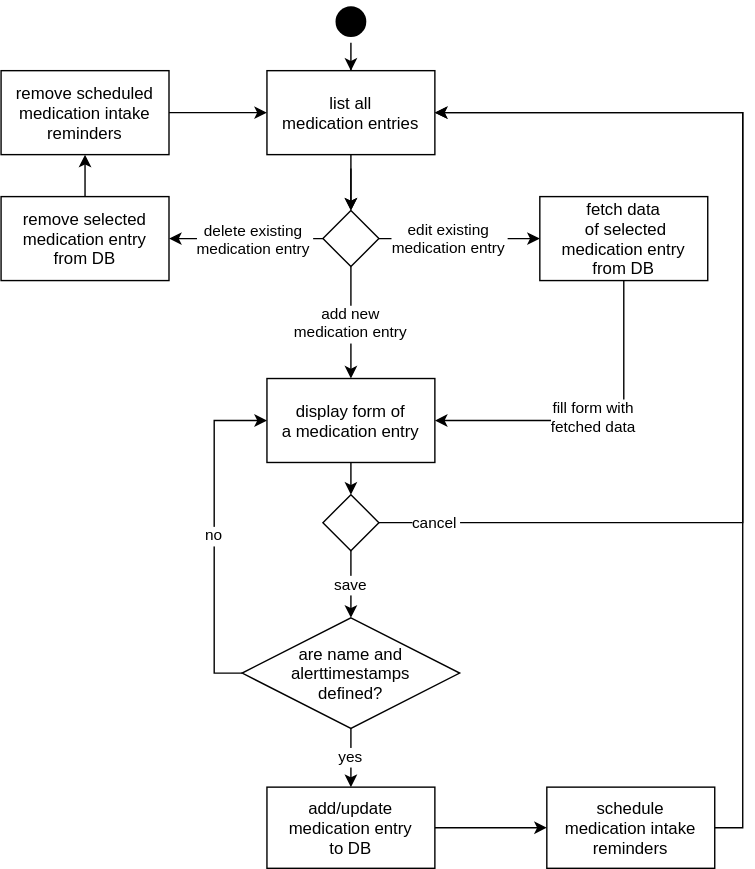
eco3/Medify keeps this draw.io diagram as doc/images/activity_diagram.svg. Above is the earlier version. Source tidied: cells renumbered, new cells last; positions are measured from the earlier drawing's top-left corner, leaving out a move shared by most shapes.
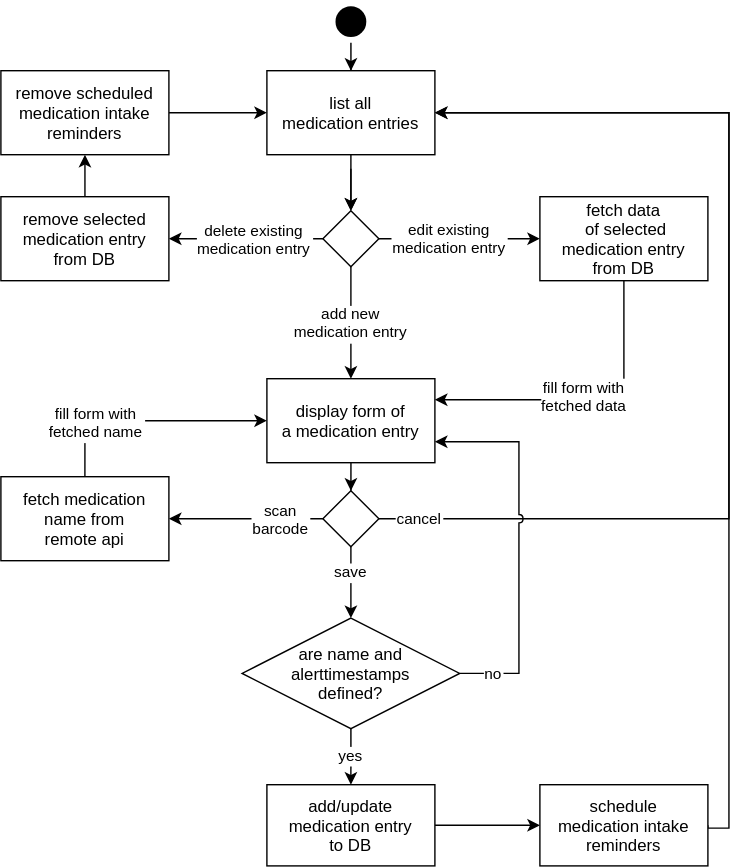
Above is the later version.

Diff of the diagram source:
```diff
@@ -2,7 +2,7 @@
   <root>
     <mxCell id="0" />
     <mxCell id="1" parent="0" />
-    <mxCell id="2" style="edgeStyle=orthogonalEdgeStyle;rounded=0;jettySize=auto;" parent="1" edge="1" source="3" target="11">
+    <mxCell id="2" style="edgeStyle=orthogonalEdgeStyle;rounded=0;jettySize=auto;exitX=0.5;exitY=1;exitDx=0;exitDy=0;" parent="1" edge="1" source="3" target="11">
       <mxGeometry relative="1" as="geometry" />
     </mxCell>
     <mxCell id="3" style="ellipse;shape=startState;fillColor=#000000;strokeColor=none;" parent="1" vertex="1">
@@ -36,7 +36,7 @@
     <mxCell id="11" value="list all&#10;medication entries" style="rounded=0;fillColor=default;labelBackgroundColor=none;fontColor=default;" parent="1" vertex="1">
       <mxGeometry x="190" y="50" width="120" height="60" as="geometry" />
     </mxCell>
-    <mxCell id="12" style="edgeStyle=orthogonalEdgeStyle;rounded=0;jettySize=auto;exitX=0.5;exitY=1;exitDx=0;exitDy=0;entryX=1;entryY=0.5;entryDx=0;entryDy=0;" parent="1" edge="1" source="14" target="16">
+    <mxCell id="12" style="edgeStyle=orthogonalEdgeStyle;rounded=0;jettySize=auto;exitX=0.5;exitY=1;exitDx=0;exitDy=0;entryX=1;entryY=0.25;entryDx=0;entryDy=0;" parent="1" edge="1" source="14" target="16">
       <mxGeometry relative="1" as="geometry" />
     </mxCell>
     <mxCell id="13" value="fill form with&#10;fetched data" style="edgeLabel;align=center;verticalAlign=middle;" parent="12" vertex="1">
@@ -52,38 +52,52 @@
       <mxGeometry x="190" y="270" width="120" height="60" as="geometry" />
     </mxCell>
     <mxCell id="17" value="save" style="edgeStyle=orthogonalEdgeStyle;rounded=0;jettySize=auto;" parent="1" edge="1" source="19" target="26">
-      <mxGeometry relative="1" as="geometry" />
+      <mxGeometry x="-0.29" relative="1" as="geometry" />
     </mxCell>
     <mxCell id="18" value="cancel" style="edgeStyle=orthogonalEdgeStyle;rounded=0;jettySize=auto;exitX=1;exitY=0.5;exitDx=0;exitDy=0;entryX=1;entryY=0.5;entryDx=0;entryDy=0;spacing=10;" parent="1" edge="1" source="19" target="11">
-      <mxGeometry x="-0.9" relative="1" as="geometry">
+      <mxGeometry x="-0.92" relative="1" as="geometry">
         <Array as="points">
-          <mxPoint x="530" y="373" />
-          <mxPoint x="530" y="80" />
+          <mxPoint x="520" y="370" />
+          <mxPoint x="520" y="80" />
         </Array>
       </mxGeometry>
     </mxCell>
+    <mxCell id="31" style="edgeStyle=orthogonalEdgeStyle;rounded=0;jettySize=auto;exitX=0;exitY=0.5;exitDx=0;exitDy=0;entryX=1;entryY=0.5;entryDx=0;entryDy=0;" parent="1" edge="1" source="19" target="35">
+      <mxGeometry relative="1" as="geometry" />
+    </mxCell>
+    <mxCell id="32" value="scan&#10;barcode" style="edgeLabel;align=center;verticalAlign=middle;" parent="31" vertex="1">
+      <mxGeometry x="-0.25" y="-1" relative="1" as="geometry">
+        <mxPoint x="11" y="1" as="offset" />
+      </mxGeometry>
+    </mxCell>
     <mxCell id="19" style="rhombus;" parent="1" vertex="1">
-      <mxGeometry x="230" y="353" width="40" height="40" as="geometry" />
+      <mxGeometry x="230" y="350" width="40" height="40" as="geometry" />
     </mxCell>
     <mxCell id="20" style="edgeStyle=orthogonalEdgeStyle;rounded=0;jettySize=auto;" parent="1" edge="1" source="21" target="23">
       <mxGeometry relative="1" as="geometry" />
     </mxCell>
     <mxCell id="21" value="add/update&#10;medication entry&#10;to DB" parent="1" vertex="1">
-      <mxGeometry x="190" y="562" width="120" height="58" as="geometry" />
+      <mxGeometry x="190" y="560" width="120" height="58" as="geometry" />
     </mxCell>
     <mxCell id="22" style="edgeStyle=orthogonalEdgeStyle;rounded=0;jettySize=auto;exitX=1;exitY=0.5;exitDx=0;exitDy=0;entryX=1;entryY=0.5;entryDx=0;entryDy=0;" parent="1" edge="1" source="23" target="11">
       <mxGeometry relative="1" as="geometry">
         <Array as="points">
-          <mxPoint x="530" y="591" />
-          <mxPoint x="530" y="80" />
+          <mxPoint x="505" y="591" />
+          <mxPoint x="520" y="591" />
+          <mxPoint x="520" y="80" />
         </Array>
       </mxGeometry>
     </mxCell>
     <mxCell id="23" value="schedule&#10;medication intake&#10;reminders" parent="1" vertex="1">
-      <mxGeometry x="390" y="562" width="120" height="58" as="geometry" />
+      <mxGeometry x="385" y="560" width="120" height="58" as="geometry" />
     </mxCell>
-    <mxCell id="24" value="no" style="edgeStyle=orthogonalEdgeStyle;rounded=0;jettySize=auto;exitX=0;exitY=0.5;exitDx=0;exitDy=0;entryX=0;entryY=0.5;entryDx=0;entryDy=0;" parent="1" edge="1" source="26" target="16">
-      <mxGeometry relative="1" as="geometry" />
+    <mxCell id="24" value="no" style="edgeStyle=orthogonalEdgeStyle;rounded=0;jettySize=auto;exitX=1;exitY=0.5;exitDx=0;exitDy=0;entryX=1;entryY=0.75;entryDx=0;entryDy=0;jumpStyle=arc;" parent="1" edge="1" source="26" target="16">
+      <mxGeometry x="-0.82" relative="1" as="geometry">
+        <Array as="points">
+          <mxPoint x="370" y="480" />
+          <mxPoint x="370" y="315" />
+        </Array>
+      </mxGeometry>
     </mxCell>
     <mxCell id="25" value="yes" style="edgeStyle=orthogonalEdgeStyle;rounded=0;jettySize=auto;exitX=0.5;exitY=1;exitDx=0;exitDy=0;entryX=0.5;entryY=0;entryDx=0;entryDy=0;" parent="1" edge="1" source="26" target="21">
       <mxGeometry x="-0.05" relative="1" as="geometry" />
@@ -103,5 +117,14 @@
     <mxCell id="30" value="remove scheduled&#10;medication intake&#10;reminders" parent="1" vertex="1">
       <mxGeometry y="50" width="120" height="60" as="geometry" />
     </mxCell>
+    <mxCell id="33" style="edgeStyle=orthogonalEdgeStyle;rounded=0;jettySize=auto;exitX=0.5;exitY=0;exitDx=0;exitDy=0;entryX=0;entryY=0.5;entryDx=0;entryDy=0;" parent="1" edge="1" source="35" target="16">
+      <mxGeometry relative="1" as="geometry" />
+    </mxCell>
+    <mxCell id="34" value="fill form with&#10;fetched name" style="edgeLabel;align=center;verticalAlign=middle;" parent="33" vertex="1">
+      <mxGeometry x="-0.44" y="-1" relative="1" as="geometry" />
+    </mxCell>
+    <mxCell id="35" value="fetch medication&#10;name from&#10;remote api" style="rounded=0;" parent="1" vertex="1">
+      <mxGeometry y="340" width="120" height="60" as="geometry" />
+    </mxCell>
   </root>
 </mxGraphModel>
```
